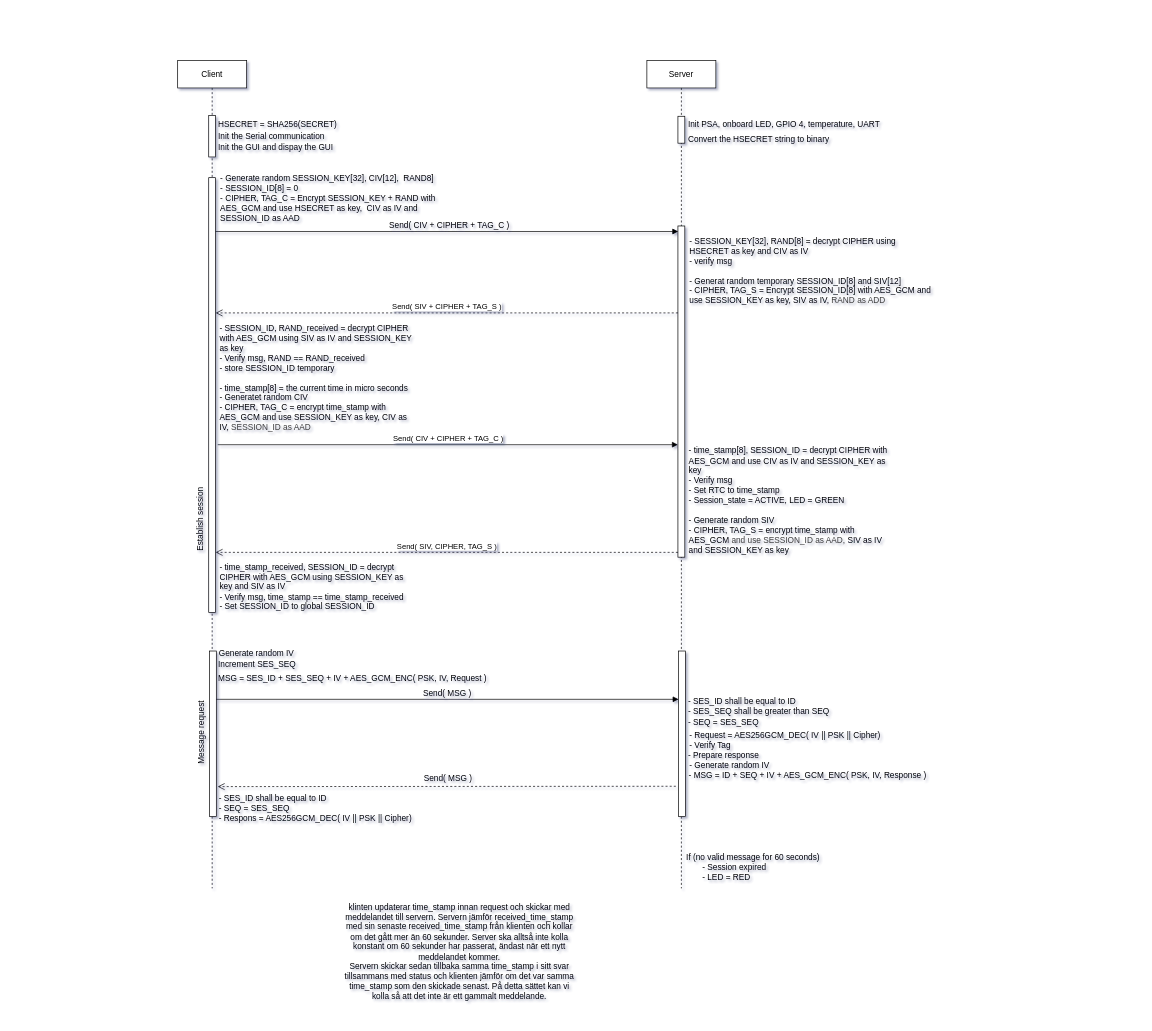
AlexanderKimfors/Exam_security keeps this draw.io diagram as Diagram/sequens_diagram.drawio. Above is the earlier version. Source tidied: cells renumbered, new cells numbered last; positions are measured from the earlier drawing's top-left corner, leaving out a move shared by most shapes. Both pictures are drawn from the tidied source at 69%, with x=0, y=0 at pixel (-140, 12).
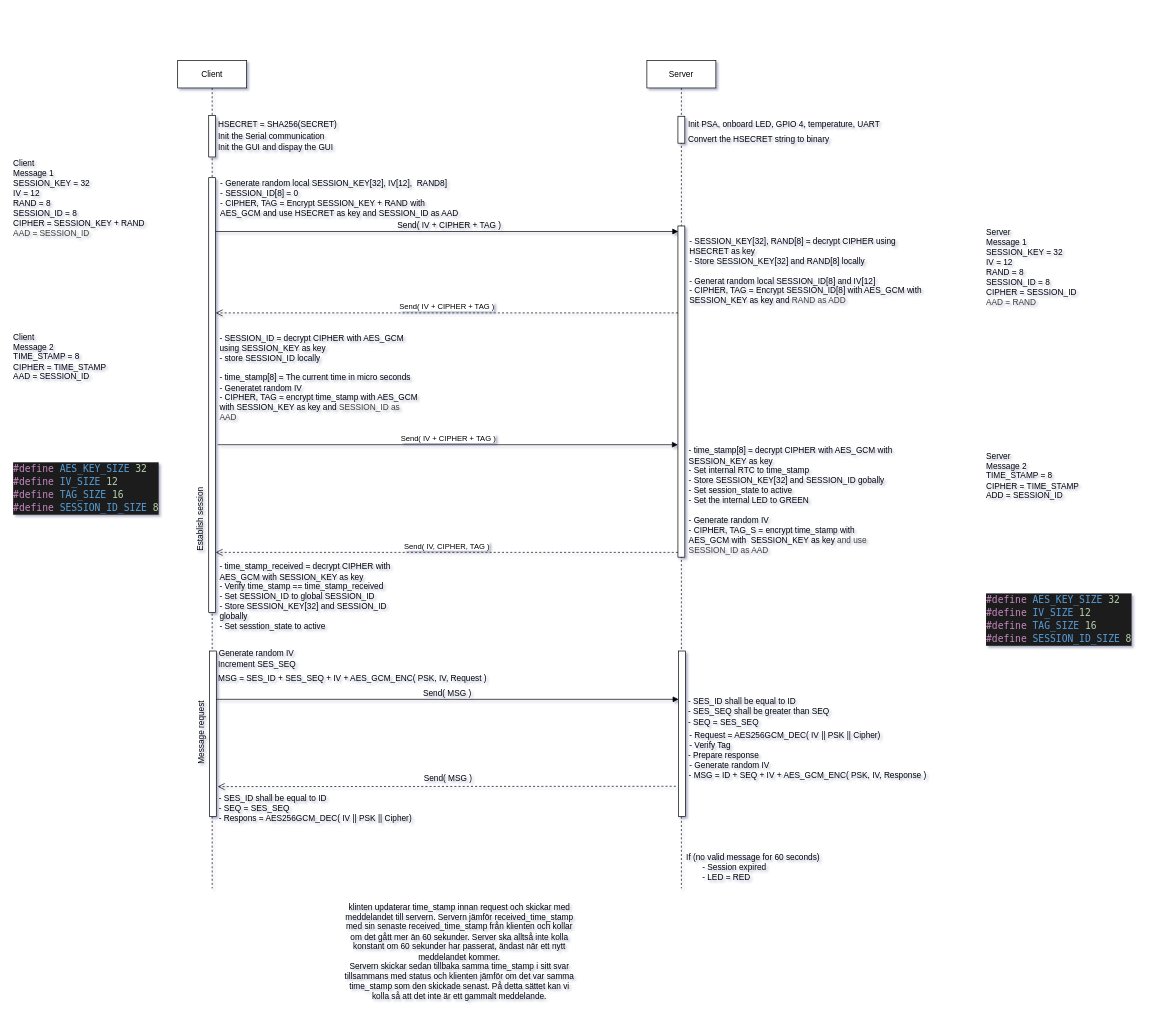
The same diagram, later.

Commit message (it also covers changes not shown here):
Server code works and looks good

Change to the diagram source:
```diff
@@
-    <mxCell id="25" value="Send( CIV + CIPHER + TAG_C )" style="text;html=1;align=center;verticalAlign=middle;whiteSpace=wrap;rounded=0;" parent="1" vertex="1">
+    <mxCell id="25" value="Send( IV + CIPHER + TAG )" style="text;html=1;align=center;verticalAlign=middle;whiteSpace=wrap;rounded=0;" parent="1" vertex="1">
       <mxGeometry x="755" y="299" width="198" height="19" as="geometry" />
     </mxCell>
@@
-    <mxCell id="39" value="Send( SIV + CIPHER + TAG_S )" style="html=1;verticalAlign=bottom;endArrow=open;dashed=1;endSize=8;curved=0;rounded=0;" parent="1" edge="1">
+    <mxCell id="39" value="Send( IV + CIPHER + TAG )" style="html=1;verticalAlign=bottom;endArrow=open;dashed=1;endSize=8;curved=0;rounded=0;" parent="1" edge="1">
       <mxGeometry relative="1" as="geometry">
         <mxPoint x="1185" y="436" as="sourcePoint" />
         <mxPoint x="515" y="436" as="targetPoint" />
       </mxGeometry>
     </mxCell>
-    <mxCell id="40" value="Send( CIV + CIPHER + TAG_C )" style="html=1;verticalAlign=bottom;endArrow=block;curved=0;rounded=0;" parent="1" edge="1">
+    <mxCell id="40" value="Send( IV + CIPHER + TAG )" style="html=1;verticalAlign=bottom;endArrow=block;curved=0;rounded=0;" parent="1" edge="1">
       <mxGeometry relative="1" as="geometry">
         <mxPoint x="518" y="627" as="sourcePoint" />
         <mxPoint x="1185" y="627" as="targetPoint" />
       </mxGeometry>
     </mxCell>
-    <mxCell id="41" value="Send( SIV, CIPHER, TAG_S )" style="html=1;verticalAlign=bottom;endArrow=open;dashed=1;endSize=8;curved=0;rounded=0;" parent="1" edge="1">
+    <mxCell id="41" value="Send( IV, CIPHER, TAG )" style="html=1;verticalAlign=bottom;endArrow=open;dashed=1;endSize=8;curved=0;rounded=0;" parent="1" edge="1">
       <mxGeometry relative="1" as="geometry">
         <mxPoint x="1185" y="783" as="sourcePoint" />
         <mxPoint x="515" y="783" as="targetPoint" />
         <Array as="points">
           <mxPoint x="930" y="783" />
         </Array>
       </mxGeometry>
     </mxCell>
-    <mxCell id="42" value="&lt;span style=&quot;color: rgb(0, 0, 0);&quot;&gt;- Generate random SESSION_KEY[32], CIV[12],&amp;nbsp; RAND8]&lt;/span&gt;&lt;div&gt;&lt;div&gt;- SESSION_ID[8] = 0&lt;/div&gt;&lt;/div&gt;&lt;div&gt;- CIPHER, TAG_C = Encrypt SESSION_KEY + RAND with AES_GCM and use HSECRET as key,&amp;nbsp; CIV as IV and SESSION_ID as AAD&lt;/div&gt;" style="text;html=1;align=left;verticalAlign=middle;whiteSpace=wrap;rounded=0;" parent="1" vertex="1">
+    <mxCell id="42" value="&lt;span style=&quot;color: rgb(0, 0, 0);&quot;&gt;- Generate random local SESSION_KEY[32], IV[12],&amp;nbsp; RAND8]&lt;/span&gt;&lt;div&gt;&lt;div&gt;- SESSION_ID[8] = 0&lt;/div&gt;&lt;/div&gt;&lt;div&gt;- CIPHER, TAG = Encrypt SESSION_KEY + RAND with AES_GCM and use HSECRET as key and SESSION_ID as AAD&lt;/div&gt;" style="text;html=1;align=left;verticalAlign=middle;whiteSpace=wrap;rounded=0;" parent="1" vertex="1">
       <mxGeometry x="520" y="240" width="350" height="60" as="geometry" />
     </mxCell>
-    <mxCell id="43" value="&lt;div&gt;- SESSION_KEY[32], RAND[8] = decrypt CIPHER using HSECRET as key and CIV as IV&lt;/div&gt;&lt;div&gt;- verify msg&lt;/div&gt;&lt;div&gt;&lt;br&gt;&lt;/div&gt;&lt;div&gt;- Generat random temporary SESSION_ID[8] and SIV[12]&lt;/div&gt;&lt;div&gt;- CIPHER, TAG_S = Encrypt SESSION_ID[8] with AES_GCM and use SESSION_KEY as key, SIV as IV,&lt;span style=&quot;color: rgb(63, 63, 63); background-color: transparent;&quot;&gt;&amp;nbsp;RAND as ADD&lt;/span&gt;&lt;/div&gt;" style="text;html=1;align=left;verticalAlign=middle;whiteSpace=wrap;rounded=0;" parent="1" vertex="1">
+    <mxCell id="43" value="&lt;div&gt;- SESSION_KEY[32], RAND[8] = decrypt CIPHER using HSECRET as key&lt;/div&gt;&lt;div&gt;- Store SESSION_KEY[32] and RAND[8] locally&lt;/div&gt;&lt;div&gt;&lt;br&gt;&lt;/div&gt;&lt;div&gt;- Generat random local SESSION_ID[8] and IV[12]&lt;/div&gt;&lt;div&gt;- CIPHER, TAG = Encrypt SESSION_ID[8] with AES_GCM with SESSION_KEY as key and&lt;span style=&quot;color: rgb(63, 63, 63); background-color: transparent;&quot;&gt;&amp;nbsp;RAND as ADD&lt;/span&gt;&lt;/div&gt;" style="text;html=1;align=left;verticalAlign=middle;whiteSpace=wrap;rounded=0;" parent="1" vertex="1">
       <mxGeometry x="1200" y="320" width="356.5" height="110" as="geometry" />
     </mxCell>
-    <mxCell id="44" value="- SESSION_ID, RAND_received = decrypt CIPHER with AES_GCM using SIV as IV and SESSION_KEY as key&lt;div&gt;- Verify msg, RAND == RAND_received&lt;/div&gt;&lt;div&gt;- store SESSION_ID temporary&lt;/div&gt;&lt;div&gt;&lt;br&gt;&lt;/div&gt;&lt;div&gt;- time_stamp[8] = the current time in micro seconds&lt;/div&gt;&lt;div&gt;- Generatet random CIV&lt;/div&gt;&lt;div&gt;- CIPHER, TAG_C = encrypt time_stamp with AES_GCM and use SESSION_KEY as key, CIV as IV,&amp;nbsp;&lt;span style=&quot;color: rgb(63, 63, 63); background-color: transparent;&quot;&gt;SESSION_ID as AAD&lt;/span&gt;&lt;/div&gt;" style="text;html=1;align=left;verticalAlign=middle;whiteSpace=wrap;rounded=0;" parent="1" vertex="1">
+    <mxCell id="44" value="- SESSION_ID = decrypt CIPHER with AES_GCM using SESSION_KEY as key&lt;div&gt;- store SESSION_ID locally&lt;/div&gt;&lt;div&gt;&lt;br&gt;&lt;/div&gt;&lt;div&gt;- time_stamp[8] = The current time in micro seconds&lt;/div&gt;&lt;div&gt;- Generatet random IV&lt;/div&gt;&lt;div&gt;- CIPHER, TAG = encrypt time_stamp with AES_GCM with SESSION_KEY as key and&amp;nbsp;&lt;span style=&quot;color: rgb(63, 63, 63); background-color: transparent;&quot;&gt;SESSION_ID as AAD&lt;/span&gt;&lt;/div&gt;" style="text;html=1;align=left;verticalAlign=middle;whiteSpace=wrap;rounded=0;" parent="1" vertex="1">
       <mxGeometry x="519" y="450" width="290" height="160" as="geometry" />
     </mxCell>
-    <mxCell id="45" value="- time_stamp[8], SESSION_ID = decrypt CIPHER with AES_GCM and use CIV as IV and SESSION_KEY as key&lt;div&gt;- Verify msg&lt;/div&gt;&lt;div&gt;- Set RTC to time_stamp&lt;/div&gt;&lt;div&gt;- Session_state = ACTIVE, LED = GREEN&lt;/div&gt;&lt;div&gt;&lt;br&gt;&lt;/div&gt;&lt;div&gt;- Generate random SIV&lt;/div&gt;&lt;div&gt;- CIPHER, TAG_S = encrypt time_stamp with AES_GCM&amp;nbsp;&lt;span style=&quot;color: rgb(63, 63, 63); background-color: transparent;&quot;&gt;and use SESSION_ID as AAD,&lt;/span&gt;&lt;span style=&quot;background-color: transparent;&quot;&gt;&amp;nbsp;SIV as IV and SESSION_KEY as key&lt;/span&gt;&lt;/div&gt;&lt;div&gt;&lt;br&gt;&lt;/div&gt;" style="text;html=1;align=left;verticalAlign=middle;whiteSpace=wrap;rounded=0;" parent="1" vertex="1">
+    <mxCell id="45" value="- time_stamp[8] = decrypt CIPHER with AES_GCM with SESSION_KEY as key&lt;div&gt;- Set internal RTC to time_stamp&lt;/div&gt;&lt;div&gt;- Store SESSION_KEY[32] and SESSION_ID gobally&lt;/div&gt;&lt;div&gt;- Set session_state to active&lt;/div&gt;&lt;div&gt;- Set the internal LED to GREEN&lt;/div&gt;&lt;div&gt;&lt;br&gt;&lt;/div&gt;&lt;div&gt;- Generate random IV&lt;/div&gt;&lt;div&gt;- CIPHER, TAG_S = encrypt time_stamp with AES_GCM with&amp;nbsp;&lt;span style=&quot;background-color: transparent;&quot;&gt;&amp;nbsp;SESSION_KEY as key&amp;nbsp;&lt;/span&gt;&lt;span style=&quot;color: rgb(63, 63, 63); background-color: transparent;&quot;&gt;and use SESSION_ID as AAD&lt;/span&gt;&lt;/div&gt;&lt;div&gt;&lt;br&gt;&lt;/div&gt;" style="text;html=1;align=left;verticalAlign=middle;whiteSpace=wrap;rounded=0;" parent="1" vertex="1">
       <mxGeometry x="1199" y="630" width="300" height="170" as="geometry" />
     </mxCell>
-    <mxCell id="46" value="- time_stamp_received, SESSION_ID = decrypt CIPHER with AES_GCM using SESSION_KEY as key and SIV as IV&lt;div&gt;- Verify msg, time_stamp == time_stamp_received&lt;/div&gt;&lt;div&gt;- Set SESSION_ID to global SESSION_ID&lt;/div&gt;" style="text;html=1;align=left;verticalAlign=middle;whiteSpace=wrap;rounded=0;" parent="1" vertex="1">
-      <mxGeometry x="519" y="793" width="270" height="80" as="geometry" />
+    <mxCell id="46" value="- time_stamp_received = decrypt CIPHER with AES_GCM with SESSION_KEY as key&lt;div&gt;- Verify time_stamp == time_stamp_received&lt;/div&gt;&lt;div&gt;- Set SESSION_ID to global SESSION_ID&lt;/div&gt;&lt;div&gt;- Store SESSION_KEY[32] and SESSION_ID globally&lt;/div&gt;&lt;div&gt;- Set sesstion_state to active&lt;/div&gt;" style="text;html=1;align=left;verticalAlign=middle;whiteSpace=wrap;rounded=0;" parent="1" vertex="1">
+      <mxGeometry x="519" y="793" width="261" height="107" as="geometry" />
     </mxCell>
@@
+    <mxCell id="48" value="Client&lt;div&gt;Message 1&lt;br&gt;SESSION_KEY = 32&lt;/div&gt;&lt;div&gt;IV = 12&lt;/div&gt;&lt;div&gt;RAND = 8&lt;/div&gt;&lt;div&gt;SESSION_ID = 8&lt;/div&gt;&lt;div&gt;CIPHER = SESSION_KEY + RAND&lt;/div&gt;&lt;div&gt;&lt;span style=&quot;color: rgb(63, 63, 63); background-color: transparent;&quot;&gt;AAD = SESSION_ID&lt;/span&gt;&amp;nbsp;&lt;/div&gt;" style="text;html=1;align=left;verticalAlign=middle;whiteSpace=wrap;rounded=0;" parent="1" vertex="1">
+      <mxGeometry x="220" y="210" width="220" height="120" as="geometry" />
+    </mxCell>
+    <mxCell id="49" value="Client&lt;div&gt;Message 2&lt;/div&gt;&lt;div&gt;TIME_STAMP = 8&lt;/div&gt;&lt;div&gt;CIPHER = TIME_STAMP&lt;/div&gt;&lt;div&gt;AAD = SESSION_ID&lt;/div&gt;" style="text;html=1;align=left;verticalAlign=middle;whiteSpace=wrap;rounded=0;" parent="1" vertex="1">
+      <mxGeometry x="220" y="440" width="220" height="120" as="geometry" />
+    </mxCell>
+    <mxCell id="50" value="Server&lt;br&gt;&lt;div&gt;Message 1&lt;br&gt;SESSION_KEY = 32&lt;/div&gt;&lt;div&gt;IV = 12&lt;/div&gt;&lt;div&gt;RAND = 8&lt;/div&gt;&lt;div&gt;SESSION_ID = 8&lt;/div&gt;&lt;div&gt;CIPHER = SESSION_ID&lt;/div&gt;&lt;div&gt;&lt;span style=&quot;color: rgb(63, 63, 63); background-color: transparent;&quot;&gt;AAD = RAND&lt;/span&gt;&amp;nbsp;&lt;/div&gt;" style="text;html=1;align=left;verticalAlign=middle;whiteSpace=wrap;rounded=0;" parent="1" vertex="1">
+      <mxGeometry x="1630" y="310" width="220" height="120" as="geometry" />
+    </mxCell>
+    <mxCell id="51" value="Server&lt;br&gt;&lt;div&gt;Message 2&lt;br&gt;TIME_STAMP = 8&lt;/div&gt;&lt;div&gt;CIPHER = TIME_STAMP&lt;/div&gt;&lt;div&gt;ADD = SESSION_ID&lt;/div&gt;" style="text;html=1;align=left;verticalAlign=middle;whiteSpace=wrap;rounded=0;" parent="1" vertex="1">
+      <mxGeometry x="1630" y="630" width="200" height="84.5" as="geometry" />
+    </mxCell>
+    <mxCell id="52" value="&lt;div style=&quot;color: rgb(204, 204, 204); background-color: rgb(31, 31, 31); font-family: &amp;quot;Droid Sans Mono&amp;quot;, &amp;quot;monospace&amp;quot;, monospace; font-size: 14px; line-height: 19px; white-space: pre;&quot;&gt;&lt;div&gt;&lt;span style=&quot;color: #c586c0;&quot;&gt;#define&lt;/span&gt;&lt;span style=&quot;color: #569cd6;&quot;&gt; &lt;/span&gt;&lt;span style=&quot;color: #569cd6;&quot;&gt;AES_KEY_SIZE&lt;/span&gt;&lt;span style=&quot;color: #569cd6;&quot;&gt; &lt;/span&gt;&lt;span style=&quot;color: #b5cea8;&quot;&gt;32&lt;/span&gt;&lt;/div&gt;&lt;div&gt;&lt;span style=&quot;color: #c586c0;&quot;&gt;#define&lt;/span&gt;&lt;span style=&quot;color: #569cd6;&quot;&gt; &lt;/span&gt;&lt;span style=&quot;color: #569cd6;&quot;&gt;IV_SIZE&lt;/span&gt;&lt;span style=&quot;color: #569cd6;&quot;&gt; &lt;/span&gt;&lt;span style=&quot;color: #b5cea8;&quot;&gt;12&lt;/span&gt;&lt;/div&gt;&lt;div&gt;&lt;span style=&quot;color: #c586c0;&quot;&gt;#define&lt;/span&gt;&lt;span style=&quot;color: #569cd6;&quot;&gt; &lt;/span&gt;&lt;span style=&quot;color: #569cd6;&quot;&gt;TAG_SIZE&lt;/span&gt;&lt;span style=&quot;color: #569cd6;&quot;&gt; &lt;/span&gt;&lt;span style=&quot;color: #b5cea8;&quot;&gt;16&lt;/span&gt;&lt;/div&gt;&lt;div&gt;&lt;span style=&quot;color: #c586c0;&quot;&gt;#define&lt;/span&gt;&lt;span style=&quot;color: #569cd6;&quot;&gt; &lt;/span&gt;&lt;span style=&quot;color: #569cd6;&quot;&gt;SESSION_ID_SIZE&lt;/span&gt;&lt;span style=&quot;color: #569cd6;&quot;&gt; &lt;/span&gt;&lt;span style=&quot;color: #b5cea8;&quot;&gt;8&lt;/span&gt;&lt;/div&gt;&lt;/div&gt;" style="text;html=1;align=left;verticalAlign=middle;whiteSpace=wrap;rounded=0;" parent="1" vertex="1">
+      <mxGeometry x="220" y="630" width="220" height="120" as="geometry" />
+    </mxCell>
+    <mxCell id="53" value="&lt;div style=&quot;color: rgb(204, 204, 204); background-color: rgb(31, 31, 31); font-family: &amp;quot;Droid Sans Mono&amp;quot;, &amp;quot;monospace&amp;quot;, monospace; font-size: 14px; line-height: 19px; white-space: pre;&quot;&gt;&lt;div&gt;&lt;span style=&quot;color: #c586c0;&quot;&gt;#define&lt;/span&gt;&lt;span style=&quot;color: #569cd6;&quot;&gt; &lt;/span&gt;&lt;span style=&quot;color: #569cd6;&quot;&gt;AES_KEY_SIZE&lt;/span&gt;&lt;span style=&quot;color: #569cd6;&quot;&gt; &lt;/span&gt;&lt;span style=&quot;color: #b5cea8;&quot;&gt;32&lt;/span&gt;&lt;/div&gt;&lt;div&gt;&lt;span style=&quot;color: #c586c0;&quot;&gt;#define&lt;/span&gt;&lt;span style=&quot;color: #569cd6;&quot;&gt; &lt;/span&gt;&lt;span style=&quot;color: #569cd6;&quot;&gt;IV_SIZE&lt;/span&gt;&lt;span style=&quot;color: #569cd6;&quot;&gt; &lt;/span&gt;&lt;span style=&quot;color: #b5cea8;&quot;&gt;12&lt;/span&gt;&lt;/div&gt;&lt;div&gt;&lt;span style=&quot;color: #c586c0;&quot;&gt;#define&lt;/span&gt;&lt;span style=&quot;color: #569cd6;&quot;&gt; &lt;/span&gt;&lt;span style=&quot;color: #569cd6;&quot;&gt;TAG_SIZE&lt;/span&gt;&lt;span style=&quot;color: #569cd6;&quot;&gt; &lt;/span&gt;&lt;span style=&quot;color: #b5cea8;&quot;&gt;16&lt;/span&gt;&lt;/div&gt;&lt;div&gt;&lt;span style=&quot;color: #c586c0;&quot;&gt;#define&lt;/span&gt;&lt;span style=&quot;color: #569cd6;&quot;&gt; &lt;/span&gt;&lt;span style=&quot;color: #569cd6;&quot;&gt;SESSION_ID_SIZE&lt;/span&gt;&lt;span style=&quot;color: #569cd6;&quot;&gt; &lt;/span&gt;&lt;span style=&quot;color: #b5cea8;&quot;&gt;8&lt;/span&gt;&lt;/div&gt;&lt;/div&gt;" style="text;html=1;align=left;verticalAlign=middle;whiteSpace=wrap;rounded=0;" parent="1" vertex="1">
+      <mxGeometry x="1630" y="820" width="220" height="120" as="geometry" />
+    </mxCell>
```
